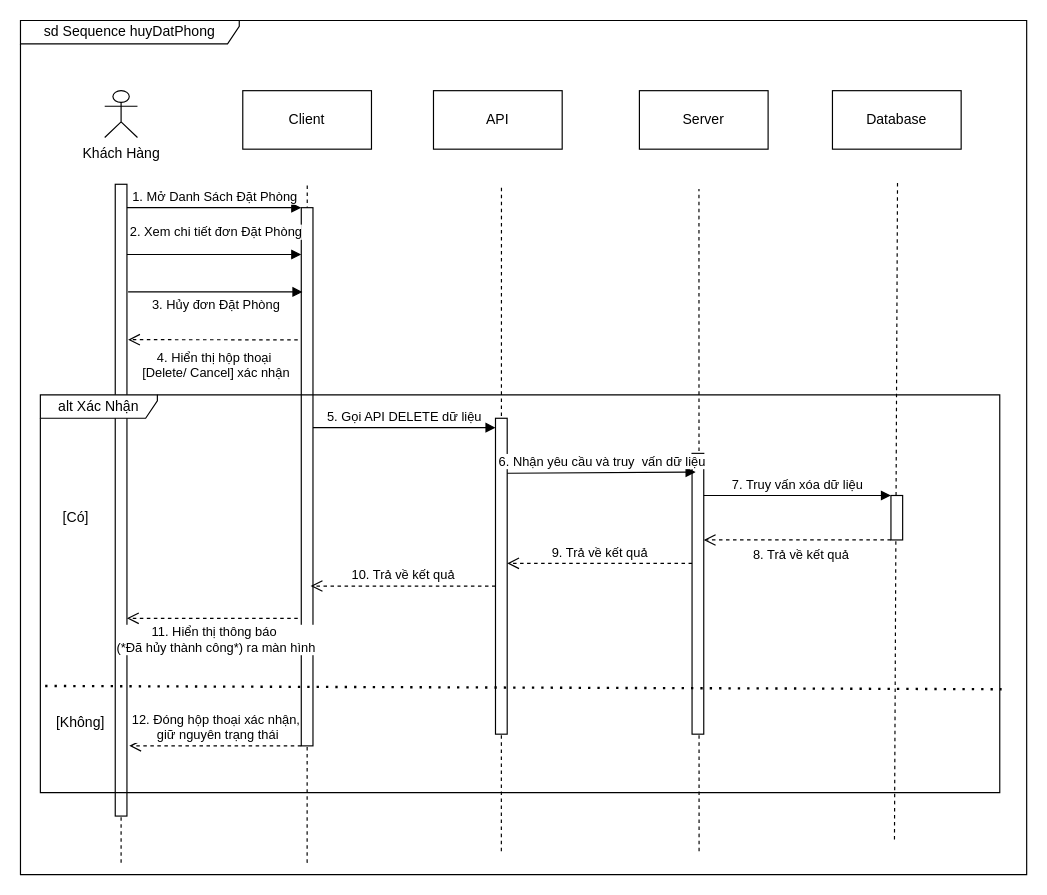
The draw.io diagram page "Page-9" (9 of 12) of Chi/sd Sequence capnhatHoSo.drawio.xml in KMA-TTCS-Nhom32/documents, before the edit. Source tidied: cells renumbered, new cells numbered last; positions are measured from the earlier drawing's top-left corner, leaving out a move shared by most shapes. Both pictures are drawn from the tidied source at 117%, with x=0, y=0 at pixel (20, 20).
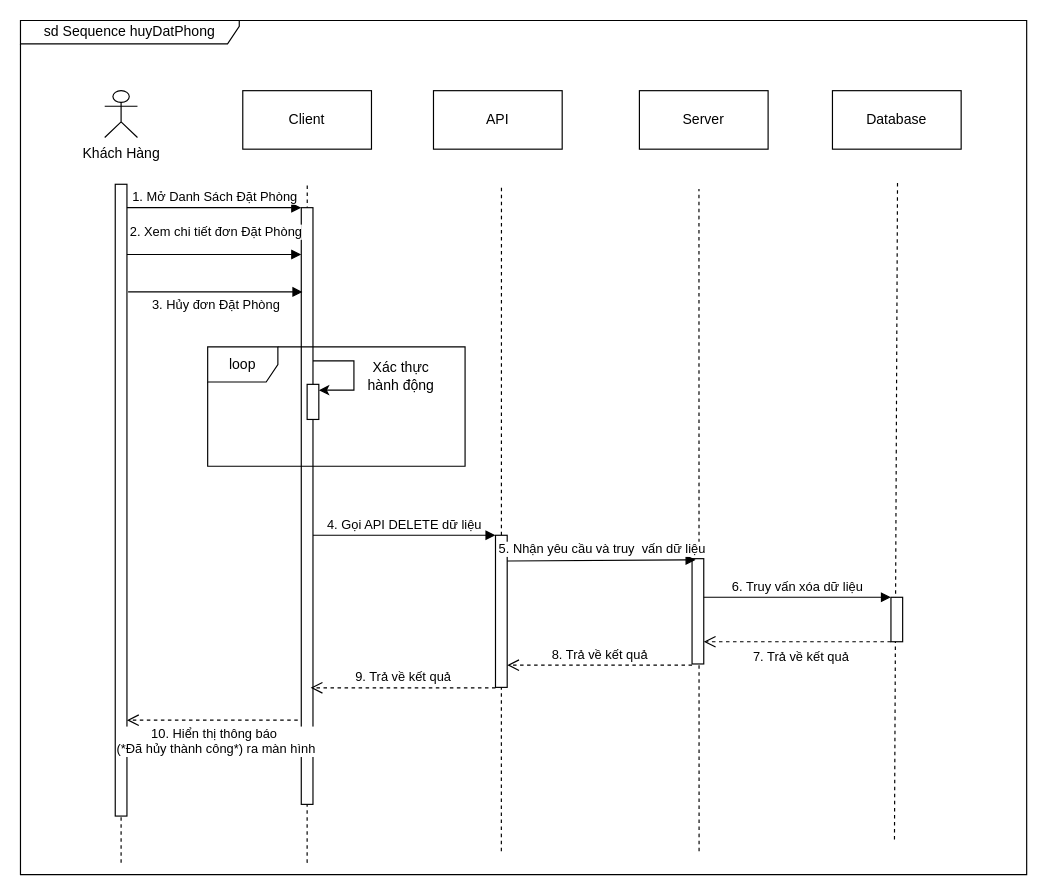
The same page after the edit.

The edit, as a diff of the source:
```diff
@@
     <mxCell id="6" style="html=1;perimeter=orthogonalPerimeter;targetShapes=umlLifeline;newEdgeStyle={&quot;curved&quot;:0,&quot;rounded&quot;:0};" parent="1" vertex="1">
-      <mxGeometry x="240" y="160" width="10" height="460" as="geometry" />
+      <mxGeometry x="240" y="160" width="10" height="510" as="geometry" />
     </mxCell>
     <mxCell id="7" style="html=1;perimeter=orthogonalPerimeter;targetShapes=umlLifeline;newEdgeStyle={&quot;curved&quot;:0,&quot;rounded&quot;:0};" parent="1" vertex="1">
-      <mxGeometry x="574" y="370" width="10" height="240" as="geometry" />
+      <mxGeometry x="574" y="460" width="10" height="90" as="geometry" />
     </mxCell>
@@
     <mxCell id="18" style="html=1;perimeter=orthogonalPerimeter;targetShapes=umlLifeline;newEdgeStyle={&quot;curved&quot;:0,&quot;rounded&quot;:0};" parent="1" vertex="1">
-      <mxGeometry x="406" y="340" width="10" height="270" as="geometry" />
+      <mxGeometry x="406" y="440" width="10" height="130" as="geometry" />
     </mxCell>
@@
     <mxCell id="20" style="html=1;perimeter=orthogonalPerimeter;targetShapes=umlLifeline;newEdgeStyle={&quot;curved&quot;:0,&quot;rounded&quot;:0};" parent="1" vertex="1">
-      <mxGeometry x="744" y="406" width="10" height="38" as="geometry" />
+      <mxGeometry x="744" y="493" width="10" height="38" as="geometry" />
     </mxCell>
-    <mxCell id="21" value="8. Trả về kết quả" style="html=1;verticalAlign=bottom;endArrow=open;dashed=1;endSize=8;curved=0;rounded=0;exitX=0;exitY=1;exitDx=0;exitDy=-5;exitPerimeter=0;" parent="1" edge="1">
+    <mxCell id="21" value="7. Trả về kết quả" style="html=1;verticalAlign=bottom;endArrow=open;dashed=1;endSize=8;curved=0;rounded=0;exitX=0;exitY=1;exitDx=0;exitDy=-5;exitPerimeter=0;" parent="1" edge="1">
       <mxGeometry x="-0.04" y="22" relative="1" as="geometry">
-        <mxPoint x="744" y="444" as="sourcePoint" />
-        <mxPoint x="584" y="444" as="targetPoint" />
+        <mxPoint x="744" y="531" as="sourcePoint" />
+        <mxPoint x="584" y="531" as="targetPoint" />
       </mxGeometry>
     </mxCell>
-    <mxCell id="22" value="9. Trả về kết quả" style="html=1;verticalAlign=bottom;endArrow=open;dashed=1;endSize=8;curved=0;rounded=0;" parent="1" edge="1">
+    <mxCell id="22" value="8. Trả về kết quả" style="html=1;verticalAlign=bottom;endArrow=open;dashed=1;endSize=8;curved=0;rounded=0;" parent="1" edge="1">
       <mxGeometry relative="1" as="geometry">
-        <mxPoint x="574" y="464" as="sourcePoint" />
-        <mxPoint x="416" y="464" as="targetPoint" />
+        <mxPoint x="574" y="551" as="sourcePoint" />
+        <mxPoint x="416" y="551" as="targetPoint" />
       </mxGeometry>
     </mxCell>
-    <mxCell id="23" value="10. Trả về kết quả" style="html=1;verticalAlign=bottom;endArrow=open;dashed=1;endSize=8;curved=0;rounded=0;" parent="1" edge="1">
+    <mxCell id="23" value="9. Trả về kết quả" style="html=1;verticalAlign=bottom;endArrow=open;dashed=1;endSize=8;curved=0;rounded=0;" parent="1" edge="1">
       <mxGeometry relative="1" as="geometry">
-        <mxPoint x="406" y="483.4" as="sourcePoint" />
-        <mxPoint x="248" y="483.4" as="targetPoint" />
+        <mxPoint x="406" y="570.4" as="sourcePoint" />
+        <mxPoint x="248" y="570.4" as="targetPoint" />
       </mxGeometry>
     </mxCell>
-    <mxCell id="24" value="&lt;div&gt;11. Hiển thị thông báo&amp;nbsp;&lt;/div&gt;&lt;div&gt;(*Đã hủy thành công*) ra màn hình&lt;/div&gt;" style="html=1;verticalAlign=bottom;endArrow=open;dashed=1;endSize=8;curved=0;rounded=0;" parent="1" edge="1">
+    <mxCell id="24" value="&lt;div&gt;10. Hiển thị thông báo&amp;nbsp;&lt;/div&gt;&lt;div&gt;(*Đã hủy thành công*) ra màn hình&lt;/div&gt;" style="html=1;verticalAlign=bottom;endArrow=open;dashed=1;endSize=8;curved=0;rounded=0;" parent="1" edge="1">
       <mxGeometry x="-0.04" y="34" relative="1" as="geometry">
-        <mxPoint x="237" y="511" as="sourcePoint" />
-        <mxPoint x="91" y="511" as="targetPoint" />
+        <mxPoint x="237" y="598" as="sourcePoint" />
+        <mxPoint x="91" y="598" as="targetPoint" />
       </mxGeometry>
     </mxCell>
@@
-    <mxCell id="26" value="&lt;div&gt;4. Hiển thị hộp thoại&amp;nbsp;&lt;/div&gt;&lt;div&gt;[Delete/ Cancel] xác nhận&lt;/div&gt;" style="html=1;verticalAlign=bottom;endArrow=open;dashed=1;endSize=8;curved=0;rounded=0;" parent="1" edge="1">
-      <mxGeometry x="-0.03" y="37" relative="1" as="geometry">
-        <mxPoint x="237" y="273" as="sourcePoint" />
-        <mxPoint x="92" y="272.8" as="targetPoint" />
-      </mxGeometry>
-    </mxCell>
-    <mxCell id="27" value="alt Xác Nhận" style="shape=umlFrame;whiteSpace=wrap;html=1;width=100;height=20;" parent="1" vertex="1">
-      <mxGeometry x="17" y="320" width="820" height="340" as="geometry" />
-    </mxCell>
-    <mxCell id="28" style="endArrow=none;dashed=1;html=1;dashPattern=1 3;strokeWidth=2;rounded=0;entryX=1.002;entryY=0.446;entryDx=0;entryDy=0;entryPerimeter=0;exitX=0.005;exitY=0.44;exitDx=0;exitDy=0;exitPerimeter=0;" parent="1" edge="1">
-      <mxGeometry relative="1" as="geometry">
-        <mxPoint x="21.1" y="568.8" as="sourcePoint" />
-        <mxPoint x="838.6" y="571.6" as="targetPoint" />
-      </mxGeometry>
-    </mxCell>
-    <mxCell id="29" value="[Có]" style="text;html=1;align=center;verticalAlign=middle;strokeColor=none;fillColor=none;" parent="1" vertex="1">
-      <mxGeometry x="22" y="410" width="50" height="30" as="geometry" />
-    </mxCell>
-    <mxCell id="30" value="[Không]" style="text;html=1;align=center;verticalAlign=middle;strokeColor=none;fillColor=none;" parent="1" vertex="1">
-      <mxGeometry x="21" y="585" width="60" height="30" as="geometry" />
-    </mxCell>
-    <mxCell id="31" value="5. Gọi API DELETE dữ liệu" style="html=1;verticalAlign=bottom;endArrow=block;curved=0;rounded=0;exitX=1;exitY=0.371;exitDx=0;exitDy=0;exitPerimeter=0;" parent="1" edge="1">
+    <mxCell id="31" value="4. Gọi API DELETE dữ liệu" style="html=1;verticalAlign=bottom;endArrow=block;curved=0;rounded=0;exitX=1;exitY=0.371;exitDx=0;exitDy=0;exitPerimeter=0;" parent="1" edge="1">
       <mxGeometry relative="1" as="geometry">
-        <mxPoint x="250" y="348" as="sourcePoint" />
-        <mxPoint x="406" y="348" as="targetPoint" />
+        <mxPoint x="250" y="440" as="sourcePoint" />
+        <mxPoint x="406" y="440" as="targetPoint" />
       </mxGeometry>
     </mxCell>
-    <mxCell id="32" value="6. Nhận yêu cầu và truy&amp;nbsp; vấn dữ liệu" style="html=1;verticalAlign=bottom;endArrow=block;curved=0;rounded=0;" parent="1" edge="1">
-      <mxGeometry relative="1" as="geometry">
-        <mxPoint x="416" y="387" as="sourcePoint" />
-        <mxPoint x="577" y="386" as="targetPoint" />
+    <mxCell id="32" value="5. Nhận yêu cầu và truy&amp;nbsp; vấn dữ liệu" style="html=1;verticalAlign=bottom;endArrow=block;curved=0;rounded=0;" parent="1" edge="1">
+      <mxGeometry x="0.01" relative="1" as="geometry">
+        <mxPoint x="416" y="462" as="sourcePoint" />
+        <mxPoint x="577" y="461" as="targetPoint" />
       </mxGeometry>
     </mxCell>
-    <mxCell id="33" value="7. Truy vấn xóa dữ liệu" style="html=1;verticalAlign=bottom;endArrow=block;curved=0;rounded=0;entryX=0;entryY=0;entryDx=0;entryDy=5;entryPerimeter=0;" parent="1" edge="1">
+    <mxCell id="33" value="6. Truy vấn xóa dữ liệu" style="html=1;verticalAlign=bottom;endArrow=block;curved=0;rounded=0;entryX=0;entryY=0;entryDx=0;entryDy=5;entryPerimeter=0;" parent="1" edge="1">
       <mxGeometry relative="1" as="geometry">
-        <mxPoint x="584" y="406" as="sourcePoint" />
-        <mxPoint x="744" y="406" as="targetPoint" />
+        <mxPoint x="584" y="493" as="sourcePoint" />
+        <mxPoint x="744" y="493" as="targetPoint" />
       </mxGeometry>
     </mxCell>
-    <mxCell id="34" value="&lt;div&gt;12. Đóng hộp thoại xác nhận,&lt;/div&gt;&lt;div&gt;&amp;nbsp;giữ nguyên trạng thái&lt;/div&gt;" style="html=1;verticalAlign=bottom;endArrow=open;dashed=1;endSize=8;curved=0;rounded=0;" parent="1" edge="1">
-      <mxGeometry x="-0.01" relative="1" as="geometry">
-        <mxPoint x="240" y="620" as="sourcePoint" />
-        <mxPoint x="93" y="620" as="targetPoint" />
-      </mxGeometry>
-    </mxCell>
+    <mxCell id="35" style="group;" parent="1" vertex="1">
+      <mxGeometry x="245" y="291" width="40" height="50" as="geometry" />
+    </mxCell>
+    <mxCell id="36" style="html=1;points=[[0,0,0,0,5],[0,1,0,0,-5],[1,0,0,0,5],[1,1,0,0,-5]];perimeter=orthogonalPerimeter;outlineConnect=0;targetShapes=umlLifeline;portConstraint=eastwest;newEdgeStyle={&quot;curved&quot;:0,&quot;rounded&quot;:0};" parent="35" vertex="1">
+      <mxGeometry y="20" width="10" height="30" as="geometry" />
+    </mxCell>
+    <mxCell id="37" style="edgeStyle=none;jettySize=auto;html=1;rounded=0;entryX=1;entryY=0;entryDx=0;entryDy=5;entryPerimeter=0;" parent="35" edge="1" target="36">
+      <mxGeometry relative="1" as="geometry">
+        <mxPoint x="5" as="sourcePoint" />
+        <Array as="points">
+          <mxPoint x="40" />
+          <mxPoint x="40" y="25" />
+        </Array>
+      </mxGeometry>
+    </mxCell>
+    <mxCell id="38" value="&lt;div&gt;Xác thực&lt;/div&gt;&lt;div&gt;hành động&lt;br&gt;&lt;/div&gt;" style="text;html=1;align=center;verticalAlign=middle;strokeColor=none;fillColor=none;" parent="1" vertex="1">
+      <mxGeometry x="285" y="284" width="80" height="40" as="geometry" />
+    </mxCell>
+    <mxCell id="39" value="loop" style="shape=umlFrame;whiteSpace=wrap;html=1;" parent="1" vertex="1">
+      <mxGeometry x="160" y="279" width="220" height="102" as="geometry" />
+    </mxCell>
```
